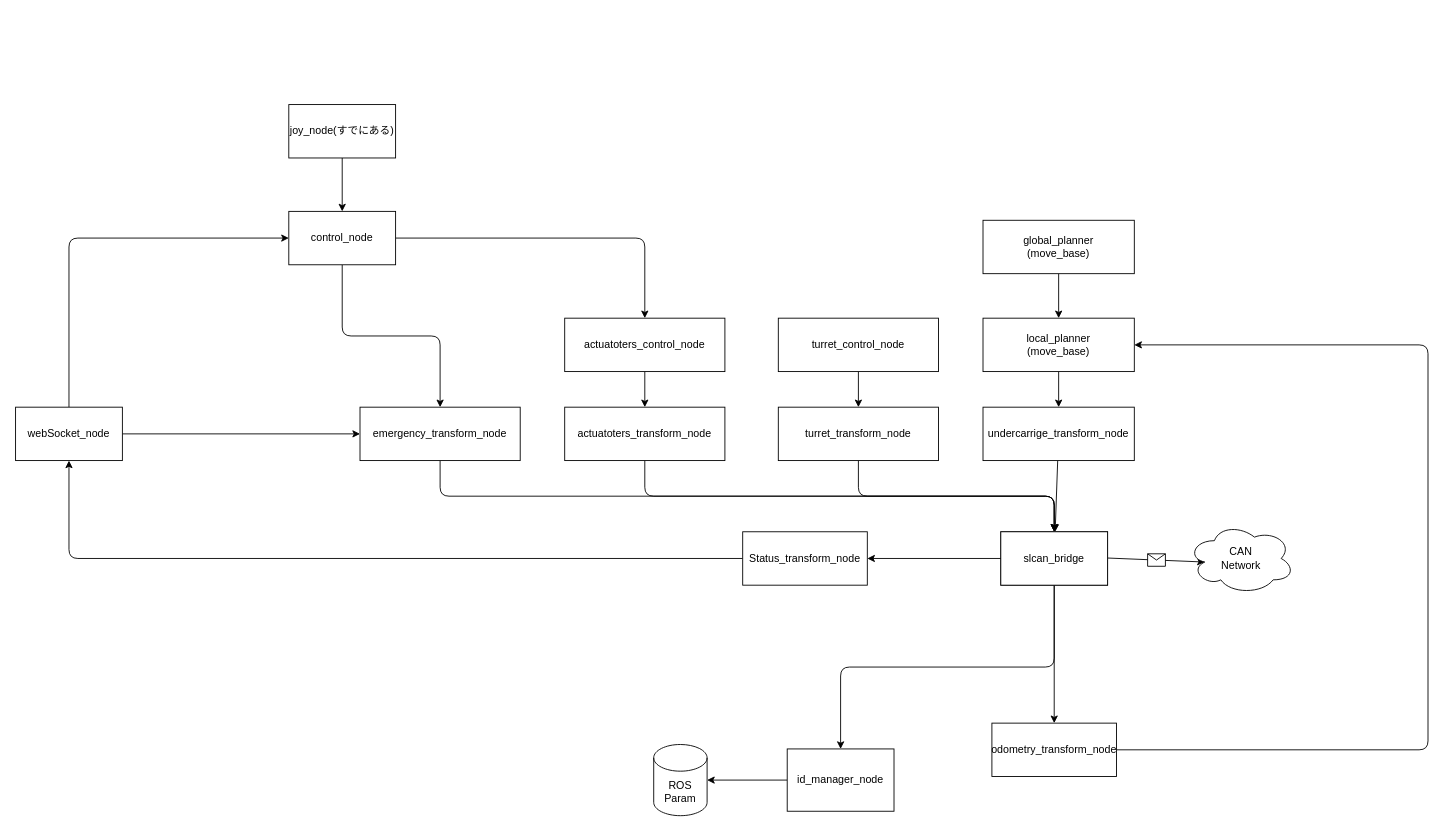
Earlier version of the draw.io diagram Connection.drawio (IndigoCarmine/chiba_robot_senior_team). Source tidied: cells renumbered, new cells numbered last; positions are measured from the earlier drawing's top-left corner, leaving out a move shared by most shapes. Both pictures are drawn from the tidied source at 89%, with x=0, y=0 at pixel (15, 104).
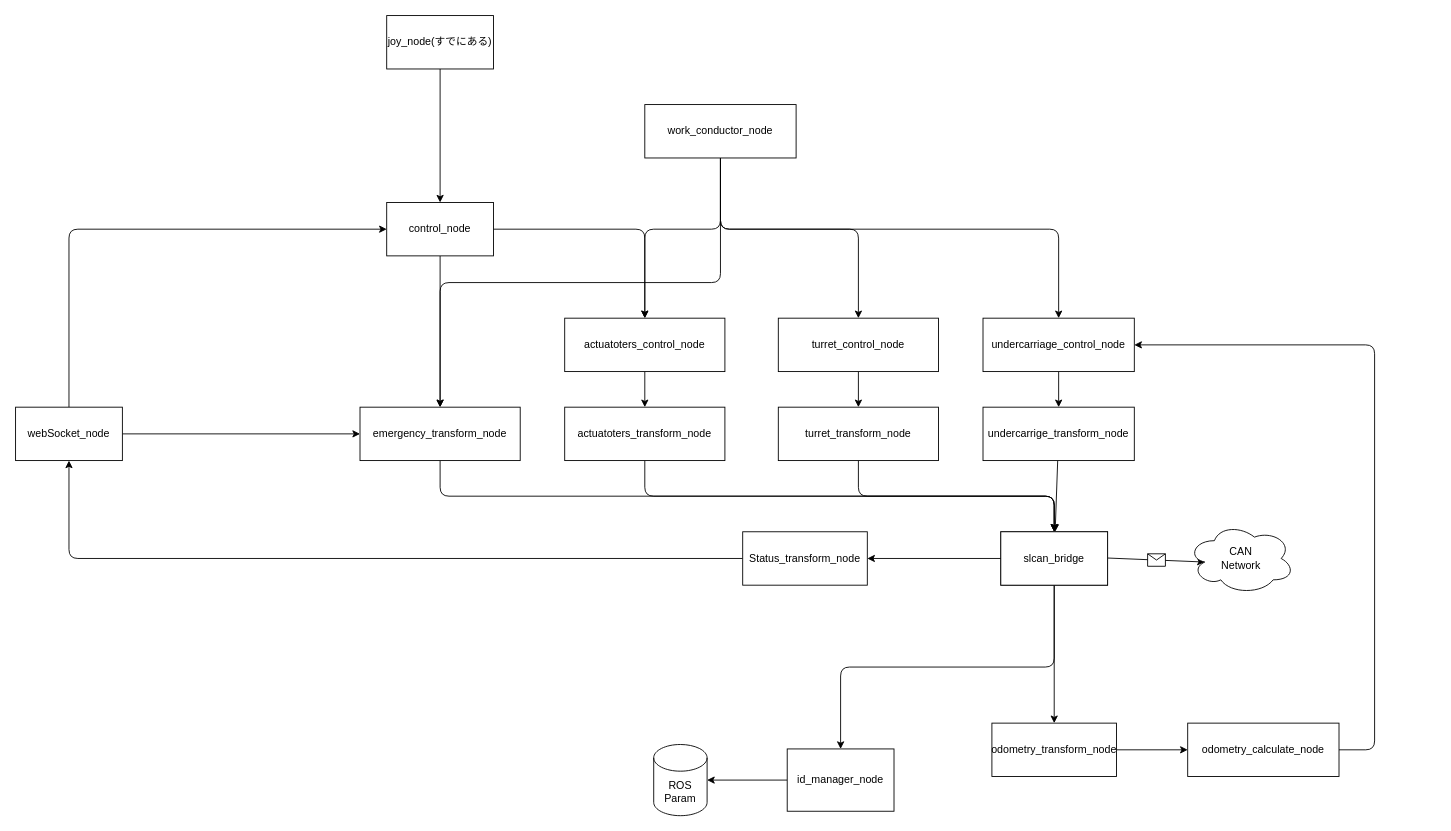
The same diagram, later.

The change refers to these unchanged cells:
```xml
<mxCell id="15" value="turret_control_node" style="rounded=0;whiteSpace=wrap;html=1;" parent="1" vertex="1">
  <mxGeometry x="857" y="240" width="180" height="60" as="geometry" />
</mxCell>
<mxCell id="34" value="actuatoters_control_node" style="rounded=0;whiteSpace=wrap;html=1;" parent="1" vertex="1">
  <mxGeometry x="617" y="240" width="180" height="60" as="geometry" />
</mxCell>
<mxCell id="36" value="emergency_transform_node" style="rounded=0;whiteSpace=wrap;html=1;" parent="1" vertex="1">
  <mxGeometry x="387" y="340" width="180" height="60" as="geometry" />
</mxCell>
<mxCell id="38" value="odometry_transform_node" style="rounded=0;whiteSpace=wrap;html=1;" parent="1" vertex="1">
  <mxGeometry x="1097" y="695" width="140" height="60" as="geometry" />
</mxCell>
```

Diff of the diagram source:
```diff
@@
-    <mxCell id="17" value="local_planner&lt;br&gt;(move_base)" style="rounded=0;whiteSpace=wrap;html=1;" parent="1" vertex="1">
+    <mxCell id="17" value="undercarriage_control_node" style="rounded=0;whiteSpace=wrap;html=1;" parent="1" vertex="1">
       <mxGeometry x="1087" y="240" width="170" height="60" as="geometry" />
     </mxCell>
@@
     <mxCell id="23" value="control_node" style="rounded=0;whiteSpace=wrap;html=1;" parent="1" vertex="1">
-      <mxGeometry x="307" y="120" width="120" height="60" as="geometry" />
+      <mxGeometry x="417" y="110" width="120" height="60" as="geometry" />
     </mxCell>
@@
     <mxCell id="28" value="joy_node(すでにある)" style="rounded=0;whiteSpace=wrap;html=1;" parent="1" vertex="1">
-      <mxGeometry x="307" width="120" height="60" as="geometry" />
+      <mxGeometry x="417" y="-100" width="120" height="60" as="geometry" />
     </mxCell>
@@
-    <mxCell id="37" style="edgeStyle=orthogonalEdgeStyle;html=1;exitX=1;exitY=0.5;exitDx=0;exitDy=0;entryX=1;entryY=0.5;entryDx=0;entryDy=0;" parent="1" edge="1" source="38" target="17">
-      <mxGeometry relative="1" as="geometry">
-        <Array as="points">
-          <mxPoint x="1587" y="725" />
-          <mxPoint x="1587" y="270" />
-        </Array>
-      </mxGeometry>
-    </mxCell>
+    <mxCell id="41" style="edgeStyle=orthogonalEdgeStyle;html=1;exitX=1;exitY=0.5;exitDx=0;exitDy=0;entryX=0;entryY=0.5;entryDx=0;entryDy=0;" parent="1" edge="1" source="38" target="46">
+      <mxGeometry relative="1" as="geometry" />
+    </mxCell>
@@
     <mxCell id="39" style="edgeStyle=orthogonalEdgeStyle;html=1;exitX=0.5;exitY=1;exitDx=0;exitDy=0;entryX=0.5;entryY=0;entryDx=0;entryDy=0;" parent="1" edge="1" source="40" target="17">
-      <mxGeometry relative="1" as="geometry" />
+      <mxGeometry relative="1" as="geometry">
+        <Array as="points">
+          <mxPoint x="792" y="140" />
+          <mxPoint x="1172" y="140" />
+        </Array>
+      </mxGeometry>
     </mxCell>
+    <mxCell id="42" style="edgeStyle=orthogonalEdgeStyle;html=1;exitX=0.5;exitY=1;exitDx=0;exitDy=0;entryX=0.5;entryY=0;entryDx=0;entryDy=0;" parent="1" edge="1" source="40" target="15">
+      <mxGeometry relative="1" as="geometry">
+        <Array as="points">
+          <mxPoint x="792" y="140" />
+          <mxPoint x="947" y="140" />
+        </Array>
+      </mxGeometry>
+    </mxCell>
+    <mxCell id="43" style="edgeStyle=orthogonalEdgeStyle;html=1;exitX=0.5;exitY=1;exitDx=0;exitDy=0;entryX=0.5;entryY=0;entryDx=0;entryDy=0;" parent="1" edge="1" source="40" target="34">
+      <mxGeometry relative="1" as="geometry">
+        <Array as="points">
+          <mxPoint x="792" y="140" />
+          <mxPoint x="707" y="140" />
+        </Array>
+      </mxGeometry>
+    </mxCell>
+    <mxCell id="44" style="edgeStyle=orthogonalEdgeStyle;html=1;exitX=0.5;exitY=1;exitDx=0;exitDy=0;" parent="1" edge="1" source="40" target="36">
+      <mxGeometry relative="1" as="geometry">
+        <Array as="points">
+          <mxPoint x="792" y="200" />
+          <mxPoint x="477" y="200" />
+        </Array>
+      </mxGeometry>
+    </mxCell>
-    <mxCell id="40" value="global_planner&lt;br&gt;(move_base)" style="rounded=0;whiteSpace=wrap;html=1;" parent="1" vertex="1">
-      <mxGeometry x="1087" y="130" width="170" height="60" as="geometry" />
+    <mxCell id="40" value="work_conductor_node" style="rounded=0;whiteSpace=wrap;html=1;" parent="1" vertex="1">
+      <mxGeometry x="707" width="170" height="60" as="geometry" />
     </mxCell>
+    <mxCell id="45" style="edgeStyle=orthogonalEdgeStyle;html=1;exitX=1;exitY=0.5;exitDx=0;exitDy=0;entryX=1;entryY=0.5;entryDx=0;entryDy=0;" parent="1" edge="1" source="46" target="17">
+      <mxGeometry relative="1" as="geometry">
+        <Array as="points">
+          <mxPoint x="1527" y="725" />
+          <mxPoint x="1527" y="270" />
+        </Array>
+      </mxGeometry>
+    </mxCell>
+    <mxCell id="46" value="odometry_calculate_node" style="rounded=0;whiteSpace=wrap;html=1;" parent="1" vertex="1">
+      <mxGeometry x="1317" y="695" width="170" height="60" as="geometry" />
+    </mxCell>
```
